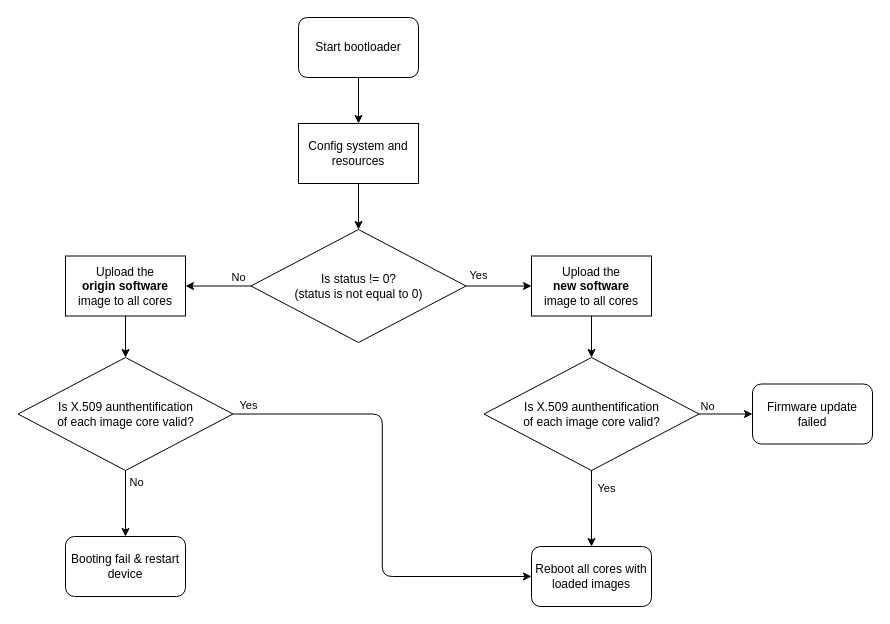
Earlier version of the draw.io diagram schematic/05-sw-flow-bootloader.drawio (petrkucerak/diplom-thesis). Source tidied: cells renumbered, new cells numbered last; positions are measured from the earlier drawing's top-left corner, leaving out a move shared by most shapes. Both pictures are drawn from the tidied source at 100%, with x=0, y=0 at pixel (18, 17).
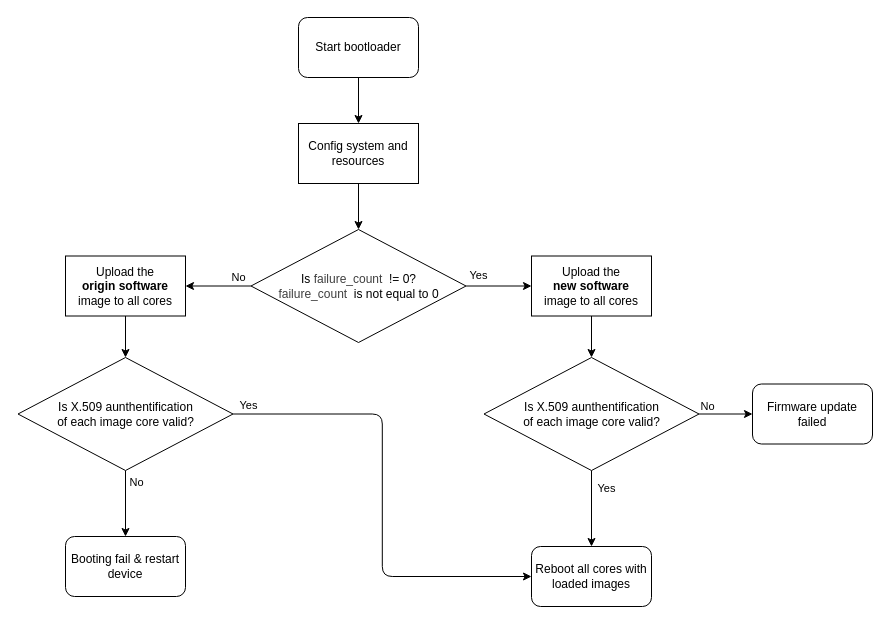
The same diagram, later.

Commit message (it also covers changes not shown here):
Update variable name satus -> failure_count

What changed in the source:
```diff
@@
-    <mxCell id="10" value="Is status !=&amp;nbsp;0?&lt;div&gt;(status is not equal to 0)&lt;/div&gt;" style="rhombus;whiteSpace=wrap;html=1;" parent="1" vertex="1">
+    <mxCell id="10" value="Is&amp;nbsp;&lt;span style=&quot;color: rgb(63, 63, 63);&quot;&gt;failure_count&amp;nbsp;&amp;nbsp;&lt;/span&gt;!=&amp;nbsp;0?&lt;div&gt;&lt;span style=&quot;color: rgb(63, 63, 63);&quot;&gt;failure_count&amp;nbsp;&amp;nbsp;&lt;/span&gt;is not equal to 0&lt;/div&gt;" style="rhombus;whiteSpace=wrap;html=1;" parent="1" vertex="1">
       <mxGeometry x="232.5" y="212" width="215" height="113" as="geometry" />
     </mxCell>
```
